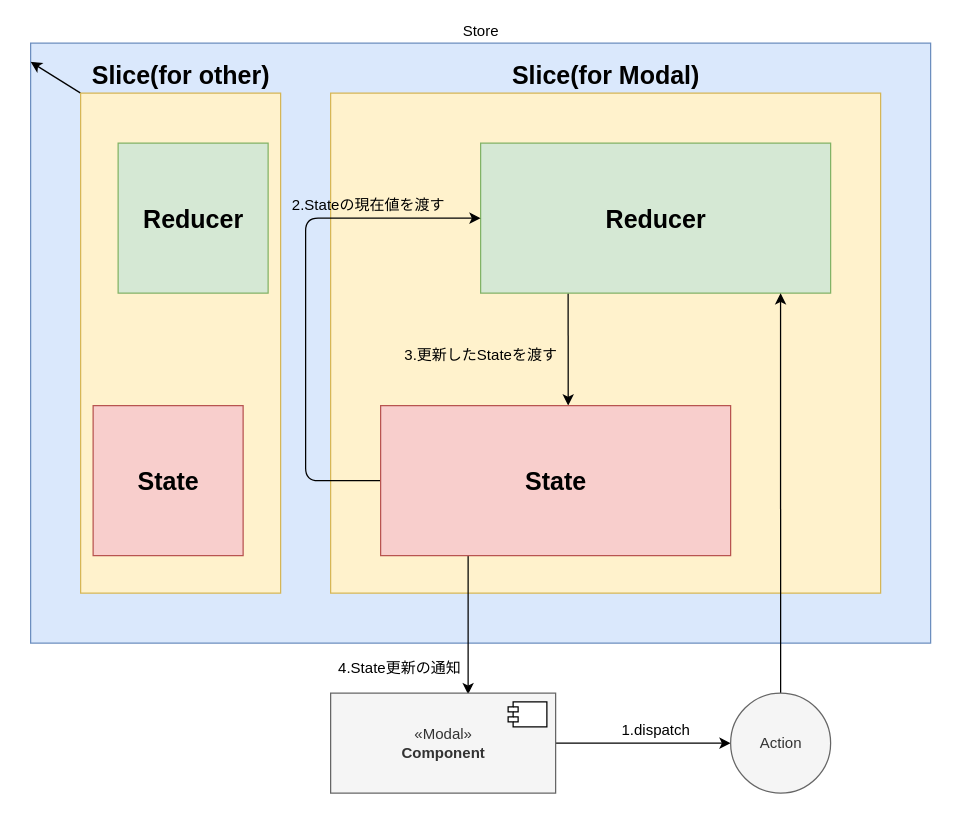
narumimashiro/akashic-records keeps this draw.io diagram as nextjs/drawio/redux.drawio. Above is the earlier version. Source tidied: cells renumbered, new cells numbered last; positions are measured from the earlier drawing's top-left corner, leaving out a move shared by most shapes. Both pictures are drawn from the tidied source at 125%, with x=0, y=0 at pixel (30, 42).
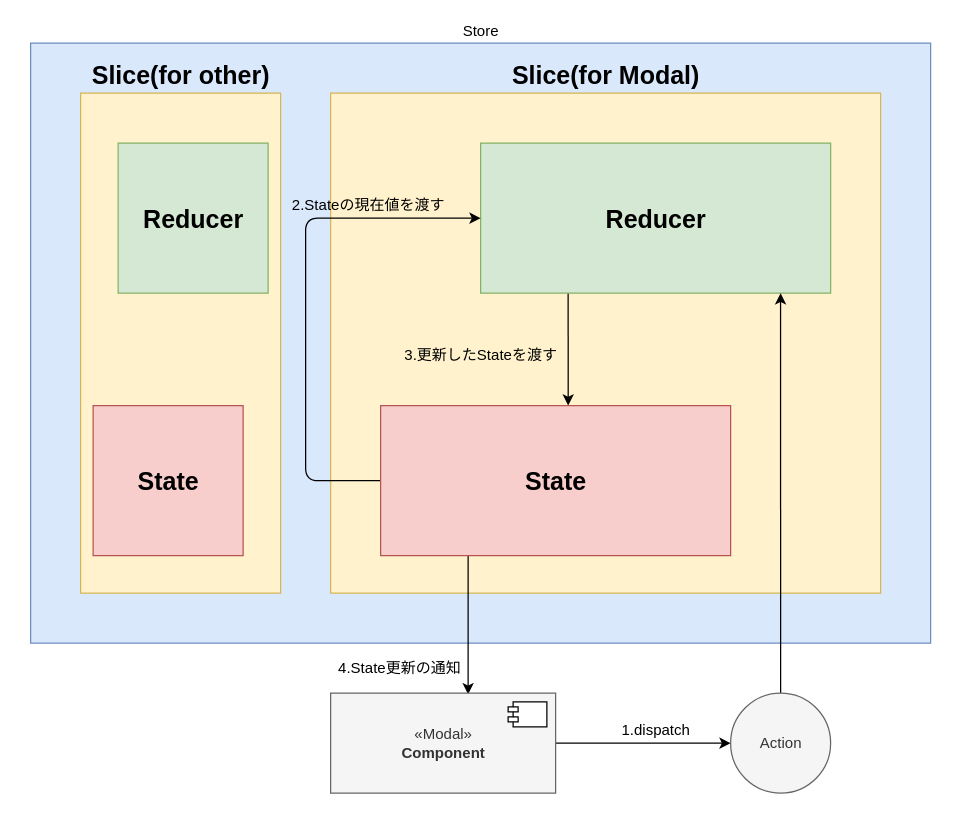
The same diagram, later.

Commit message (it also covers changes not shown here):
線çが混入していた

The change refers to these unchanged cells:
```xml
<mxCell id="2" value="Store&lt;br&gt;" style="html=1;fillColor=#dae8fc;strokeColor=#6c8ebf;labelPosition=center;verticalLabelPosition=top;align=center;verticalAlign=bottom;fontColor=#000000;" parent="1" vertex="1">
  <mxGeometry width="720" height="480" as="geometry" />
</mxCell>
<mxCell id="4" value="Slice(for other)" style="html=1;fillColor=#fff2cc;strokeColor=#d6b656;labelPosition=center;verticalLabelPosition=top;align=center;verticalAlign=bottom;fontColor=#000000;fontSize=20;fontStyle=1;" parent="1" vertex="1">
  <mxGeometry x="40" y="40" width="160" height="400" as="geometry" />
</mxCell>
```

Diff of the diagram source:
```diff
@@
-    <mxCell id="3" style="edgeStyle=none;html=1;exitX=0;exitY=0;exitDx=0;exitDy=0;fontColor=#000000;" parent="1" edge="1" source="4" target="2">
-      <mxGeometry relative="1" as="geometry" />
-    </mxCell>
```
